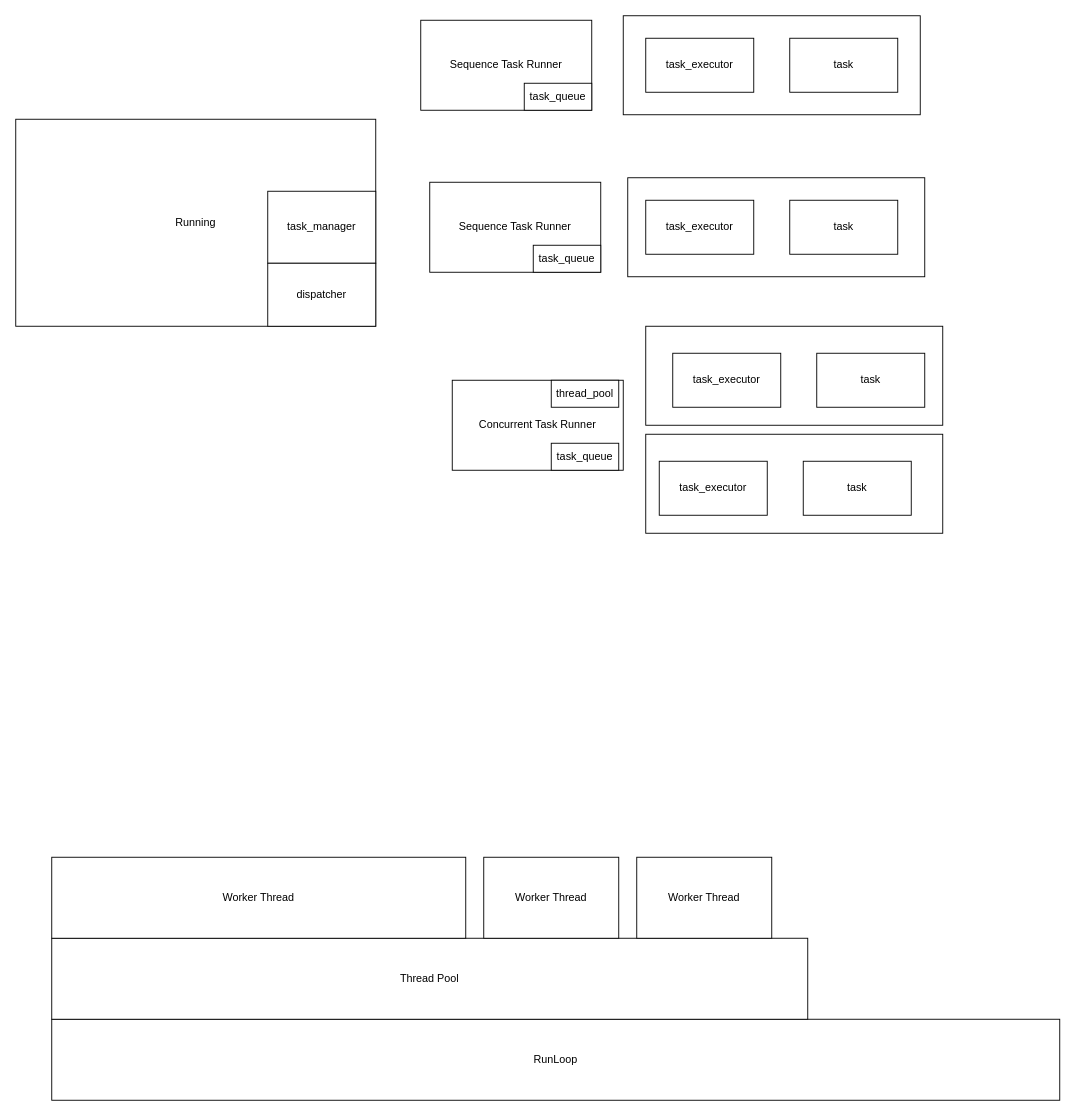
Before: page "arch" (2 of 2) of doc/task_runner.drawio in ISSuh/task_runner, a draw.io diagram. Source tidied: cells renumbered, new cells numbered last; positions are measured from the earlier drawing's top-left corner, leaving out a move shared by most shapes. Both pictures are drawn from the tidied source at 90%, with x=0, y=0 at pixel (15, 15).
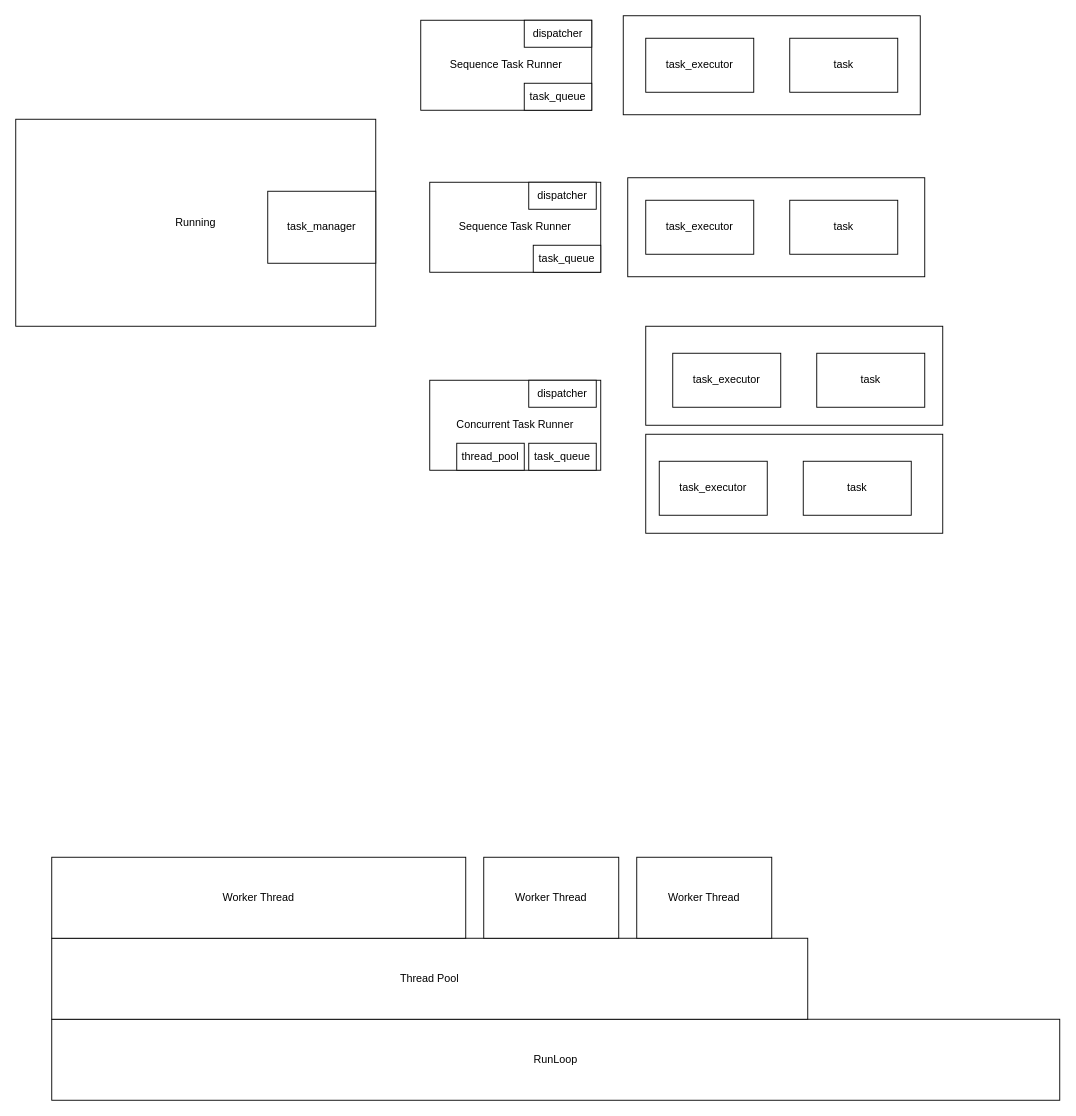
The same diagram, later.

Diff of the diagram source:
```diff
@@
-    <mxCell id="13" value="dispatcher" style="rounded=0;whiteSpace=wrap;html=1;" parent="1" vertex="1">
-      <mxGeometry x="280" y="275" width="120" height="70" as="geometry" />
-    </mxCell>
@@
     <mxCell id="18" value="Concurrent Task Runner" style="rounded=0;whiteSpace=wrap;html=1;" parent="1" vertex="1">
-      <mxGeometry x="485" y="405" width="190" height="100" as="geometry" />
+      <mxGeometry x="460" y="405" width="190" height="100" as="geometry" />
     </mxCell>
     <mxCell id="19" value="task_queue" style="rounded=0;whiteSpace=wrap;html=1;" parent="1" vertex="1">
-      <mxGeometry x="595" y="475" width="75" height="30" as="geometry" />
+      <mxGeometry x="570" y="475" width="75" height="30" as="geometry" />
     </mxCell>
     <mxCell id="20" value="thread_pool" style="rounded=0;whiteSpace=wrap;html=1;" parent="1" vertex="1">
-      <mxGeometry x="595" y="405" width="75" height="30" as="geometry" />
+      <mxGeometry x="490" y="475" width="75" height="30" as="geometry" />
     </mxCell>
@@
+    <mxCell id="29" value="dispatcher" style="rounded=0;whiteSpace=wrap;html=1;" parent="1" vertex="1">
+      <mxGeometry x="565" y="5" width="75" height="30" as="geometry" />
+    </mxCell>
+    <mxCell id="30" value="dispatcher" style="rounded=0;whiteSpace=wrap;html=1;" parent="1" vertex="1">
+      <mxGeometry x="570" y="185" width="75" height="30" as="geometry" />
+    </mxCell>
+    <mxCell id="31" value="dispatcher" style="rounded=0;whiteSpace=wrap;html=1;" parent="1" vertex="1">
+      <mxGeometry x="570" y="405" width="75" height="30" as="geometry" />
+    </mxCell>
```
